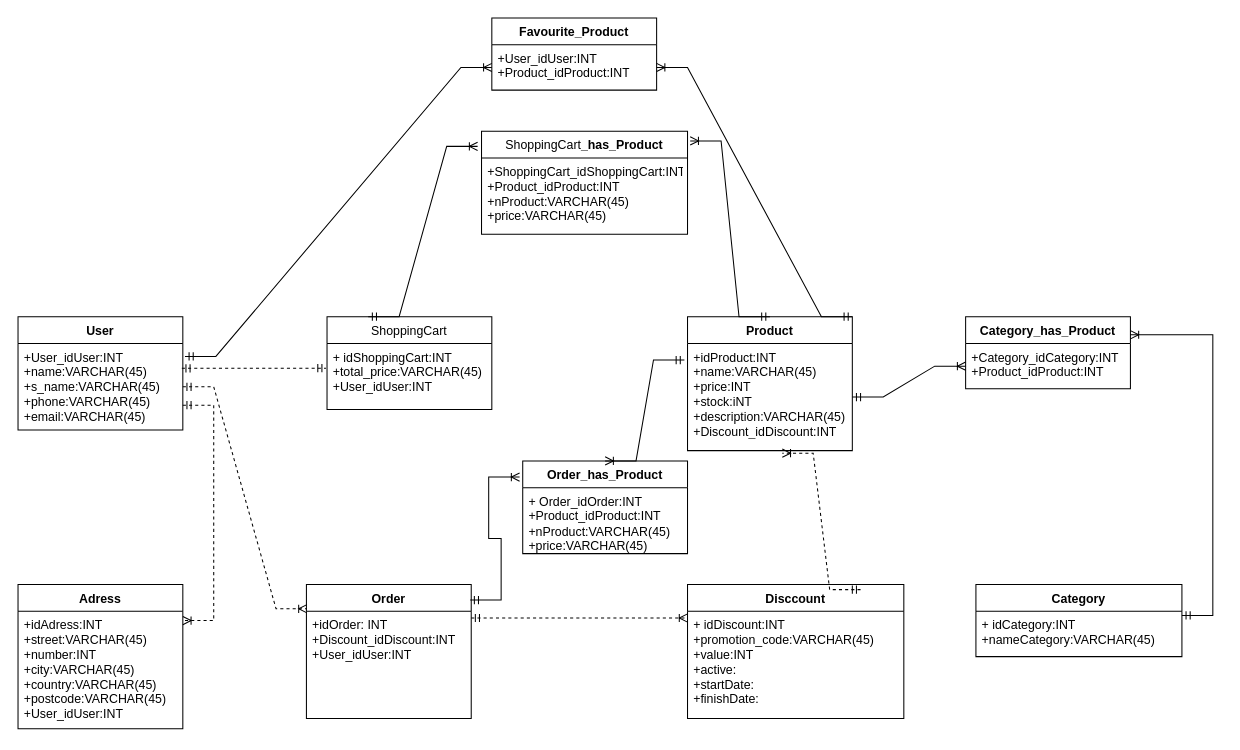
Earlier version of the draw.io diagram Documentación/UML_NaturShop.drawio (IvanSegur06/naturShop). Source tidied: cells renumbered, new cells numbered last; positions are measured from the earlier drawing's top-left corner, leaving out a move shared by most shapes. Both pictures are drawn from the tidied source at 103%, with x=0, y=0 at pixel (18, 18).
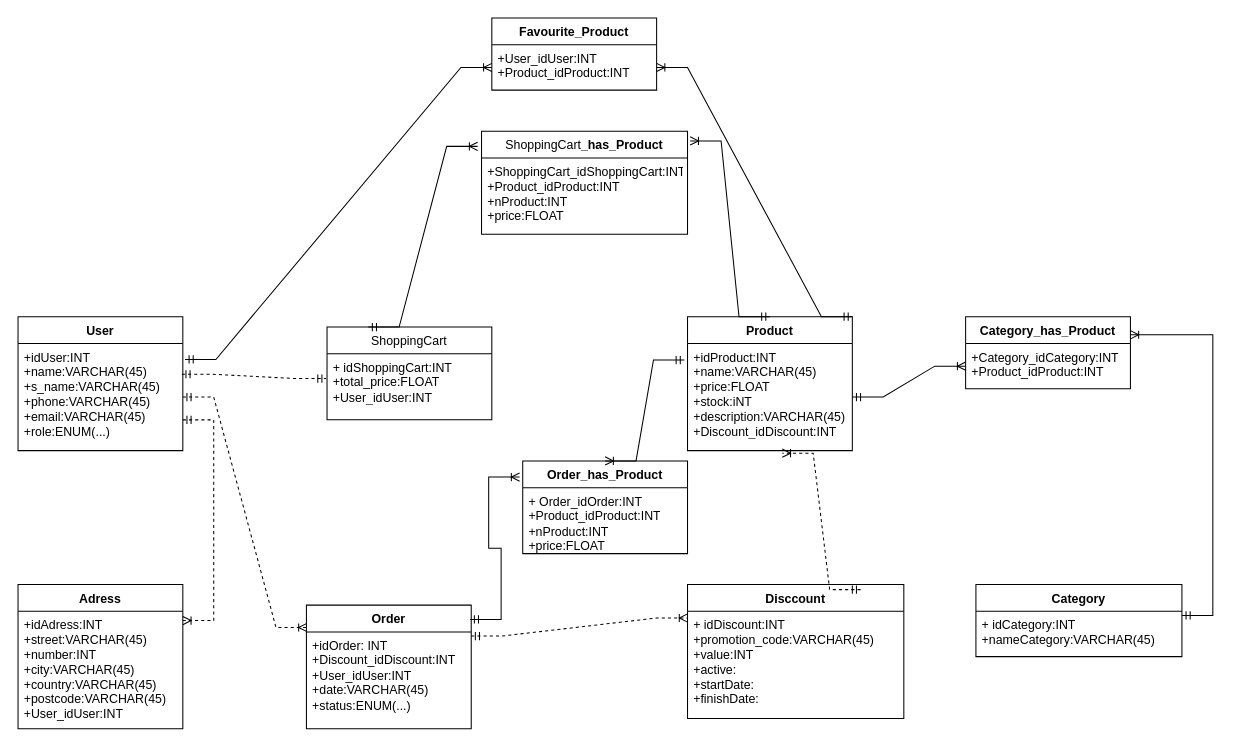
After the change.

Commit message (it also covers changes not shown here):
Cambios uml

Unchanged cells that the change refers to:
```xml
<mxCell id="12" value="Product" style="swimlane;fontStyle=1;align=center;verticalAlign=top;horizontal=1;startSize=26;whiteSpace=wrap;html=1;" parent="1" vertex="1">
  <mxGeometry x="650" y="290" width="160" height="130" as="geometry" />
</mxCell>
<mxCell id="14" value="Order_has_Product" style="swimlane;fontStyle=1;align=center;verticalAlign=top;horizontal=1;startSize=26;whiteSpace=wrap;html=1;" parent="1" vertex="1">
  <mxGeometry x="490" y="430" width="160" height="90" as="geometry" />
</mxCell>
<mxCell id="22" value="&lt;span style=&quot;font-weight: 400; text-align: left;&quot;&gt;ShoppingCart&lt;/span&gt;_has_Product" style="swimlane;fontStyle=1;align=center;verticalAlign=top;horizontal=1;startSize=26;whiteSpace=wrap;html=1;" parent="1" vertex="1">
  <mxGeometry x="450" y="110" width="200" height="100" as="geometry" />
</mxCell>
```

The edit, as a diff of the source:
```diff
@@
     <mxCell id="2" value="User" style="swimlane;fontStyle=1;align=center;verticalAlign=top;horizontal=1;startSize=26;whiteSpace=wrap;html=1;" parent="1" vertex="1">
-      <mxGeometry y="290" width="160" height="110" as="geometry" />
+      <mxGeometry y="290" width="160" height="130" as="geometry" />
     </mxCell>
-    <mxCell id="3" value="+User_idUser:INT&lt;div&gt;+name:VARCHAR(45)&lt;/div&gt;&lt;div&gt;+s_name:VARCHAR(45)&lt;/div&gt;&lt;div&gt;+phone:&lt;span style=&quot;background-color: transparent; color: light-dark(rgb(0, 0, 0), rgb(255, 255, 255));&quot;&gt;VARCHAR(45)&lt;/span&gt;&lt;/div&gt;&lt;div&gt;&lt;span style=&quot;background-color: transparent; color: light-dark(rgb(0, 0, 0), rgb(255, 255, 255));&quot;&gt;+email:&lt;/span&gt;&lt;span style=&quot;background-color: transparent; color: light-dark(rgb(0, 0, 0), rgb(255, 255, 255));&quot;&gt;VARCHAR(45)&lt;/span&gt;&lt;/div&gt;" style="text;strokeColor=none;fillColor=none;align=left;verticalAlign=top;spacingLeft=4;spacingRight=4;overflow=hidden;points=[[0,0.5],[1,0.5]];portConstraint=eastwest;whiteSpace=wrap;html=1;" parent="2" vertex="1">
-      <mxGeometry y="26" width="160" height="84" as="geometry" />
+    <mxCell id="3" value="+idUser:INT&lt;div&gt;+name:VARCHAR(45)&lt;/div&gt;&lt;div&gt;+s_name:VARCHAR(45)&lt;/div&gt;&lt;div&gt;+phone:&lt;span style=&quot;background-color: transparent; color: light-dark(rgb(0, 0, 0), rgb(255, 255, 255));&quot;&gt;VARCHAR(45)&lt;/span&gt;&lt;/div&gt;&lt;div&gt;&lt;span style=&quot;background-color: transparent; color: light-dark(rgb(0, 0, 0), rgb(255, 255, 255));&quot;&gt;+email:&lt;/span&gt;&lt;span style=&quot;background-color: transparent; color: light-dark(rgb(0, 0, 0), rgb(255, 255, 255));&quot;&gt;VARCHAR(45)&lt;/span&gt;&lt;/div&gt;&lt;div&gt;&lt;span style=&quot;background-color: transparent; color: light-dark(rgb(0, 0, 0), rgb(255, 255, 255));&quot;&gt;+role:ENUM(...)&lt;/span&gt;&lt;/div&gt;" style="text;strokeColor=none;fillColor=none;align=left;verticalAlign=top;spacingLeft=4;spacingRight=4;overflow=hidden;points=[[0,0.5],[1,0.5]];portConstraint=eastwest;whiteSpace=wrap;html=1;" parent="2" vertex="1">
+      <mxGeometry y="26" width="160" height="104" as="geometry" />
     </mxCell>
     <mxCell id="4" value="Order" style="swimlane;fontStyle=1;align=center;verticalAlign=top;horizontal=1;startSize=26;whiteSpace=wrap;html=1;" parent="1" vertex="1">
-      <mxGeometry x="280" y="550" width="160" height="130" as="geometry" />
+      <mxGeometry x="280" y="570" width="160" height="120" as="geometry" />
     </mxCell>
-    <mxCell id="5" value="+idOrder: INT&lt;div&gt;+Discount_idDiscount:INT&lt;/div&gt;&lt;div&gt;+User_idUser:INT&lt;/div&gt;&lt;div&gt;&lt;br&gt;&lt;/div&gt;&lt;div&gt;&lt;br&gt;&lt;/div&gt;&lt;div&gt;&lt;br&gt;&lt;/div&gt;&lt;div&gt;&lt;br&gt;&lt;/div&gt;" style="text;strokeColor=none;fillColor=none;align=left;verticalAlign=top;spacingLeft=4;spacingRight=4;overflow=hidden;whiteSpace=wrap;html=1;" parent="4" vertex="1">
-      <mxGeometry y="26" width="160" height="104" as="geometry" />
+    <mxCell id="5" value="+idOrder: INT&lt;div&gt;+Discount_idDiscount:INT&lt;/div&gt;&lt;div&gt;+User_idUser:INT&lt;/div&gt;&lt;div&gt;+date:VARCHAR(45)&lt;/div&gt;&lt;div&gt;+status:ENUM(...)&lt;/div&gt;&lt;div&gt;&lt;br&gt;&lt;/div&gt;&lt;div&gt;&lt;br&gt;&lt;/div&gt;" style="text;strokeColor=none;fillColor=none;align=left;verticalAlign=top;spacingLeft=4;spacingRight=4;overflow=hidden;whiteSpace=wrap;html=1;" parent="4" vertex="1">
+      <mxGeometry y="26" width="160" height="94" as="geometry" />
     </mxCell>
@@
     <mxCell id="10" value="&lt;span style=&quot;font-weight: 400; text-align: left;&quot;&gt;ShoppingCart&lt;/span&gt;" style="swimlane;fontStyle=1;align=center;verticalAlign=top;horizontal=1;startSize=26;whiteSpace=wrap;html=1;" parent="1" vertex="1">
-      <mxGeometry x="300" y="290" width="160" height="90" as="geometry" />
+      <mxGeometry x="300" y="300" width="160" height="90" as="geometry" />
     </mxCell>
-    <mxCell id="11" value="+ idShoppingCart:INT&lt;div&gt;+total_price:VARCHAR(45)&lt;/div&gt;&lt;div&gt;&lt;span style=&quot;background-color: transparent; color: light-dark(rgb(0, 0, 0), rgb(255, 255, 255));&quot;&gt;+User_idUser:INT&lt;/span&gt;&lt;/div&gt;" style="text;strokeColor=none;fillColor=none;align=left;verticalAlign=top;spacingLeft=4;spacingRight=4;overflow=hidden;points=[[0,0.5],[1,0.5]];portConstraint=eastwest;whiteSpace=wrap;html=1;" parent="10" vertex="1">
+    <mxCell id="11" value="+ idShoppingCart:INT&lt;div&gt;+total_price:FLOAT&lt;/div&gt;&lt;div&gt;&lt;span style=&quot;background-color: transparent; color: light-dark(rgb(0, 0, 0), rgb(255, 255, 255));&quot;&gt;+User_idUser:INT&lt;/span&gt;&lt;/div&gt;" style="text;strokeColor=none;fillColor=none;align=left;verticalAlign=top;spacingLeft=4;spacingRight=4;overflow=hidden;points=[[0,0.5],[1,0.5]];portConstraint=eastwest;whiteSpace=wrap;html=1;" parent="10" vertex="1">
       <mxGeometry y="26" width="160" height="64" as="geometry" />
     </mxCell>
@@
-    <mxCell id="13" value="+idProduct:INT&lt;div&gt;+name:VARCHAR(45)&lt;/div&gt;&lt;div&gt;+price:INT&lt;/div&gt;&lt;div&gt;+stock:iNT&lt;/div&gt;&lt;div&gt;+description:VARCHAR(45)&lt;/div&gt;&lt;div&gt;+Discount_idDiscount:INT&lt;/div&gt;" style="text;strokeColor=none;fillColor=none;align=left;verticalAlign=top;spacingLeft=4;spacingRight=4;overflow=hidden;points=[[0,0.5],[1,0.5]];portConstraint=eastwest;whiteSpace=wrap;html=1;" parent="12" vertex="1">
+    <mxCell id="13" value="+idProduct:INT&lt;div&gt;+name:VARCHAR(45)&lt;/div&gt;&lt;div&gt;+price:FLOAT&lt;/div&gt;&lt;div&gt;+stock:iNT&lt;/div&gt;&lt;div&gt;+description:VARCHAR(45)&lt;/div&gt;&lt;div&gt;+Discount_idDiscount:INT&lt;/div&gt;" style="text;strokeColor=none;fillColor=none;align=left;verticalAlign=top;spacingLeft=4;spacingRight=4;overflow=hidden;points=[[0,0.5],[1,0.5]];portConstraint=eastwest;whiteSpace=wrap;html=1;" parent="12" vertex="1">
       <mxGeometry y="26" width="160" height="104" as="geometry" />
     </mxCell>
@@
-    <mxCell id="15" value="&lt;div&gt;&lt;span style=&quot;background-color: transparent; color: light-dark(rgb(0, 0, 0), rgb(255, 255, 255));&quot;&gt;+ Order_idOrder:INT&lt;/span&gt;&lt;/div&gt;&lt;div&gt;&lt;span style=&quot;background-color: transparent; color: light-dark(rgb(0, 0, 0), rgb(255, 255, 255));&quot;&gt;+Product_idProduct:INT&lt;/span&gt;&lt;/div&gt;&lt;div&gt;&lt;span style=&quot;background-color: transparent; color: light-dark(rgb(0, 0, 0), rgb(255, 255, 255));&quot;&gt;+nProduct:&lt;/span&gt;&lt;span style=&quot;background-color: transparent; color: light-dark(rgb(0, 0, 0), rgb(255, 255, 255));&quot;&gt;VARCHAR(45)&lt;/span&gt;&lt;/div&gt;&lt;div&gt;+price:&lt;span style=&quot;background-color: transparent; color: light-dark(rgb(0, 0, 0), rgb(255, 255, 255));&quot;&gt;VARCHAR(45)&lt;/span&gt;&lt;/div&gt;" style="text;strokeColor=none;fillColor=none;align=left;verticalAlign=top;spacingLeft=4;spacingRight=4;overflow=hidden;whiteSpace=wrap;html=1;" parent="14" vertex="1">
+    <mxCell id="15" value="&lt;div&gt;&lt;span style=&quot;background-color: transparent; color: light-dark(rgb(0, 0, 0), rgb(255, 255, 255));&quot;&gt;+ Order_idOrder:INT&lt;/span&gt;&lt;/div&gt;&lt;div&gt;&lt;span style=&quot;background-color: transparent; color: light-dark(rgb(0, 0, 0), rgb(255, 255, 255));&quot;&gt;+Product_idProduct:INT&lt;/span&gt;&lt;/div&gt;&lt;div&gt;&lt;span style=&quot;background-color: transparent; color: light-dark(rgb(0, 0, 0), rgb(255, 255, 255));&quot;&gt;+nProduct:INT&lt;/span&gt;&lt;/div&gt;&lt;div&gt;+price:FLOAT&lt;/div&gt;" style="text;strokeColor=none;fillColor=none;align=left;verticalAlign=top;spacingLeft=4;spacingRight=4;overflow=hidden;whiteSpace=wrap;html=1;" parent="14" vertex="1">
       <mxGeometry y="26" width="160" height="64" as="geometry" />
     </mxCell>
@@
-    <mxCell id="23" value="&lt;div&gt;&lt;span style=&quot;background-color: transparent; color: light-dark(rgb(0, 0, 0), rgb(255, 255, 255));&quot;&gt;+ShoppingCart_idShoppingCart:INT&lt;/span&gt;&lt;/div&gt;&lt;div&gt;&lt;span style=&quot;background-color: transparent; color: light-dark(rgb(0, 0, 0), rgb(255, 255, 255));&quot;&gt;+Product_idProduct:INT&lt;/span&gt;&lt;/div&gt;&lt;div&gt;&lt;div&gt;+nProduct:&lt;span style=&quot;background-color: transparent; color: light-dark(rgb(0, 0, 0), rgb(255, 255, 255));&quot;&gt;VARCHAR(45)&lt;/span&gt;&lt;/div&gt;&lt;/div&gt;&lt;div&gt;+price:&lt;span style=&quot;background-color: transparent; color: light-dark(rgb(0, 0, 0), rgb(255, 255, 255));&quot;&gt;VARCHAR(45)&lt;/span&gt;&lt;/div&gt;" style="text;strokeColor=none;fillColor=none;align=left;verticalAlign=top;spacingLeft=4;spacingRight=4;overflow=hidden;points=[[0,0.5],[1,0.5]];portConstraint=eastwest;whiteSpace=wrap;html=1;" parent="22" vertex="1">
+    <mxCell id="23" value="&lt;div&gt;&lt;span style=&quot;background-color: transparent; color: light-dark(rgb(0, 0, 0), rgb(255, 255, 255));&quot;&gt;+ShoppingCart_idShoppingCart:INT&lt;/span&gt;&lt;/div&gt;&lt;div&gt;&lt;span style=&quot;background-color: transparent; color: light-dark(rgb(0, 0, 0), rgb(255, 255, 255));&quot;&gt;+Product_idProduct:INT&lt;/span&gt;&lt;/div&gt;&lt;div&gt;&lt;div&gt;+nProduct:INT&lt;/div&gt;&lt;/div&gt;&lt;div&gt;+price:FLOAT&lt;/div&gt;" style="text;strokeColor=none;fillColor=none;align=left;verticalAlign=top;spacingLeft=4;spacingRight=4;overflow=hidden;points=[[0,0.5],[1,0.5]];portConstraint=eastwest;whiteSpace=wrap;html=1;" parent="22" vertex="1">
       <mxGeometry y="26" width="200" height="74" as="geometry" />
     </mxCell>
```
